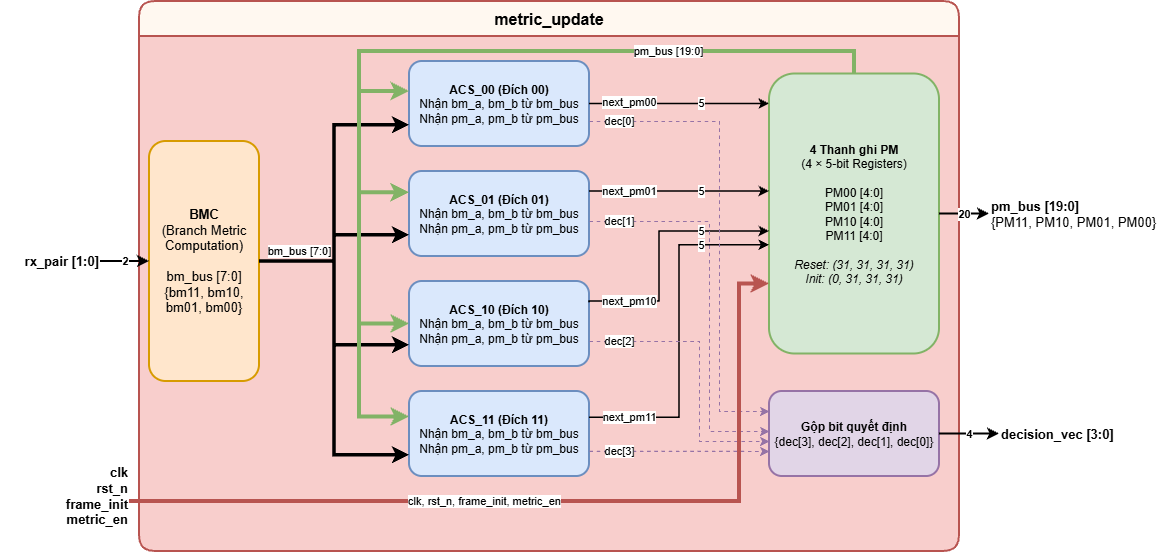
nvh1811/viterbi_decoder keeps this draw.io diagram as docs/figures/Viterbi_decoder-metric_update.drawio.png. Above is the earlier version. Source tidied: cells renumbered, new cells last; positions are measured from the earlier drawing's top-left corner, leaving out a move shared by most shapes.
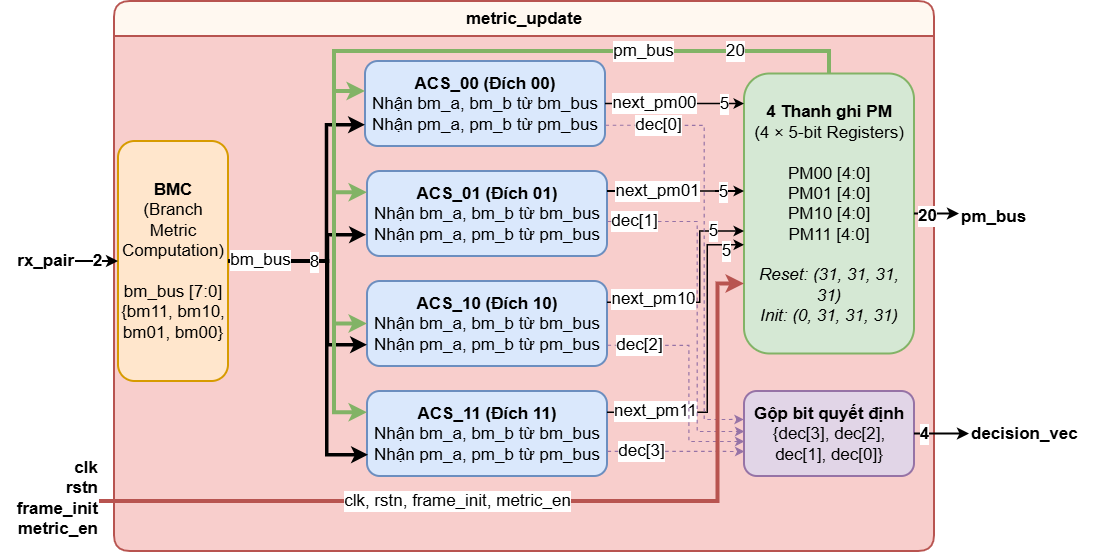
After the change.

The edit, as a diff of the source:
```diff
@@ -4,40 +4,72 @@
     <mxCell id="1" parent="0" />
-    <mxCell id="2" value="metric_update" style="swimlane;whiteSpace=wrap;html=1;fillColor=#FFF8F0;strokeColor=#B85450;strokeWidth=2;fontStyle=1;fontSize=16;startSize=35;rounded=1;gradientColor=none;swimlaneFillColor=#F8CECC;" parent="1" vertex="1">
-      <mxGeometry x="139" width="820" height="550" as="geometry" />
+    <mxCell id="2" value="&lt;font style=&quot;font-size: 17px;&quot;&gt;metric_update&lt;/font&gt;" style="swimlane;whiteSpace=wrap;html=1;fillColor=#FFF8F0;strokeColor=#B85450;strokeWidth=2;fontStyle=1;fontSize=16;startSize=35;rounded=1;gradientColor=none;swimlaneFillColor=#F8CECC;" parent="1" vertex="1">
+      <mxGeometry x="144" width="820" height="550" as="geometry" />
     </mxCell>
-    <mxCell id="3" value="&lt;b&gt;BMC&lt;/b&gt;&lt;br&gt;(Branch Metric&lt;br&gt;Computation)&lt;br&gt;&lt;br&gt;bm_bus [7:0]&lt;br&gt;{bm11, bm10,&lt;br&gt;bm01, bm00}" style="rounded=1;whiteSpace=wrap;html=1;fillColor=#FFE6CC;strokeColor=#D79B00;strokeWidth=2;fontSize=13;" parent="2" vertex="1">
-      <mxGeometry x="10" y="140" width="110" height="240" as="geometry" />
+    <mxCell id="3" value="&lt;b&gt;BMC&lt;/b&gt;&lt;br&gt;(Branch Metric&lt;br&gt;Computation)&lt;br&gt;&lt;br&gt;bm_bus [7:0]&lt;br&gt;{bm11, bm10,&lt;br&gt;bm01, bm00}" style="rounded=1;whiteSpace=wrap;html=1;fillColor=#FFE6CC;strokeColor=#D79B00;strokeWidth=2;fontSize=17;" parent="2" vertex="1">
+      <mxGeometry x="4" y="140" width="110" height="240" as="geometry" />
     </mxCell>
-    <mxCell id="4" value="&lt;b&gt;ACS_00 (Đích 00)&lt;/b&gt;&lt;br&gt;Nhận bm_a, bm_b từ bm_bus&lt;div&gt;Nhận pm_a, pm_b từ pm_bus&lt;/div&gt;" style="rounded=1;whiteSpace=wrap;html=1;fillColor=#DAE8FC;strokeColor=#6C8EBF;strokeWidth=2;fontSize=12;" parent="2" vertex="1">
-      <mxGeometry x="270" y="60" width="180" height="85" as="geometry" />
+    <mxCell id="4" value="&lt;b&gt;ACS_00 (Đích 00)&lt;/b&gt;&lt;br&gt;Nhận bm_a, bm_b từ bm_bus&lt;div&gt;Nhận pm_a, pm_b từ pm_bus&lt;/div&gt;" style="rounded=1;whiteSpace=wrap;html=1;fillColor=#DAE8FC;strokeColor=#6C8EBF;strokeWidth=2;fontSize=17;" parent="2" vertex="1">
+      <mxGeometry x="251" y="60" width="240" height="85" as="geometry" />
     </mxCell>
-    <mxCell id="5" value="&lt;b&gt;ACS_01 (Đích 01)&lt;/b&gt;&lt;br&gt;Nhận bm_a, bm_b từ bm_bus&lt;div&gt;Nhận pm_a, pm_b từ pm_bus&lt;/div&gt;" style="rounded=1;whiteSpace=wrap;html=1;fillColor=#DAE8FC;strokeColor=#6C8EBF;strokeWidth=2;fontSize=12;" parent="2" vertex="1">
-      <mxGeometry x="270" y="170" width="180" height="85" as="geometry" />
+    <mxCell id="5" value="&lt;b&gt;ACS_01 (Đích 01)&lt;/b&gt;&lt;br&gt;Nhận bm_a, bm_b từ bm_bus&lt;div&gt;Nhận pm_a, pm_b từ pm_bus&lt;/div&gt;" style="rounded=1;whiteSpace=wrap;html=1;fillColor=#DAE8FC;strokeColor=#6C8EBF;strokeWidth=2;fontSize=17;" parent="2" vertex="1">
+      <mxGeometry x="253" y="170" width="240" height="85" as="geometry" />
     </mxCell>
-    <mxCell id="6" value="&lt;b&gt;ACS_10 (Đích 10)&lt;/b&gt;&lt;br&gt;Nhận bm_a, bm_b từ bm_bus&lt;div&gt;Nhận pm_a, pm_b từ pm_bus&lt;/div&gt;" style="rounded=1;whiteSpace=wrap;html=1;fillColor=#DAE8FC;strokeColor=#6C8EBF;strokeWidth=2;fontSize=12;" parent="2" vertex="1">
-      <mxGeometry x="270" y="280" width="180" height="85" as="geometry" />
+    <mxCell id="6" value="&lt;b&gt;ACS_10 (Đích 10)&lt;/b&gt;&lt;br&gt;Nhận bm_a, bm_b từ bm_bus&lt;div&gt;Nhận pm_a, pm_b từ pm_bus&lt;/div&gt;" style="rounded=1;whiteSpace=wrap;html=1;fillColor=#DAE8FC;strokeColor=#6C8EBF;strokeWidth=2;fontSize=17;" parent="2" vertex="1">
+      <mxGeometry x="253" y="280" width="240" height="85" as="geometry" />
     </mxCell>
-    <mxCell id="7" value="&lt;b&gt;ACS_11 (Đích 11)&lt;/b&gt;&lt;br&gt;Nhận bm_a, bm_b từ bm_bus&lt;div&gt;Nhận pm_a, pm_b từ pm_bus&lt;/div&gt;" style="rounded=1;whiteSpace=wrap;html=1;fillColor=#DAE8FC;strokeColor=#6C8EBF;strokeWidth=2;fontSize=12;" parent="2" vertex="1">
-      <mxGeometry x="270" y="390" width="180" height="85" as="geometry" />
+    <mxCell id="7" value="&lt;b&gt;ACS_11 (Đích 11)&lt;/b&gt;&lt;br&gt;Nhận bm_a, bm_b từ bm_bus&lt;div&gt;Nhận pm_a, pm_b từ pm_bus&lt;/div&gt;" style="rounded=1;whiteSpace=wrap;html=1;fillColor=#DAE8FC;strokeColor=#6C8EBF;strokeWidth=2;fontSize=17;" parent="2" vertex="1">
+      <mxGeometry x="253" y="390" width="240" height="85" as="geometry" />
     </mxCell>
-    <mxCell id="8" value="&lt;b&gt;4 Thanh ghi PM&lt;/b&gt;&lt;br&gt;(4 × 5-bit Registers)&lt;br&gt;&lt;br&gt;PM00 [4:0]&lt;br&gt;PM01 [4:0]&lt;br&gt;PM10 [4:0]&lt;br&gt;PM11 [4:0]&lt;br&gt;&lt;br&gt;&lt;i&gt;Reset: (31, 31, 31, 31)&lt;br&gt;Init: (0, 31, 31, 31)&lt;/i&gt;" style="rounded=1;whiteSpace=wrap;html=1;fillColor=#D5E8D4;strokeColor=#82B366;strokeWidth=2;fontSize=12;" parent="2" vertex="1">
+    <mxCell id="8" value="&lt;b&gt;4 Thanh ghi PM&lt;/b&gt;&lt;br&gt;(4 × 5-bit Registers)&lt;br&gt;&lt;br&gt;PM00 [4:0]&lt;br&gt;PM01 [4:0]&lt;br&gt;PM10 [4:0]&lt;br&gt;PM11 [4:0]&lt;br&gt;&lt;br&gt;&lt;i&gt;Reset: (31, 31, 31, 31)&lt;br&gt;Init: (0, 31, 31, 31)&lt;/i&gt;" style="rounded=1;whiteSpace=wrap;html=1;fillColor=#D5E8D4;strokeColor=#82B366;strokeWidth=2;fontSize=17;" parent="2" vertex="1">
       <mxGeometry x="630" y="72.5" width="170" height="280" as="geometry" />
     </mxCell>
-    <mxCell id="9" value="&lt;b&gt;Gộp bit quyết định&lt;/b&gt;&lt;br&gt;{dec[3], dec[2], dec[1], dec[0]}" style="rounded=1;whiteSpace=wrap;html=1;fillColor=#E1D5E7;strokeColor=#9673A6;strokeWidth=2;fontSize=12;" parent="2" vertex="1">
+    <mxCell id="9" value="&lt;b&gt;Gộp bit quyết định&lt;/b&gt;&lt;br&gt;{dec[3], dec[2], dec[1], dec[0]}" style="rounded=1;whiteSpace=wrap;html=1;fillColor=#E1D5E7;strokeColor=#9673A6;strokeWidth=2;fontSize=17;" parent="2" vertex="1">
       <mxGeometry x="630" y="390" width="170" height="85" as="geometry" />
     </mxCell>
-    <mxCell id="10" value="bm_bus [7:0]" style="edgeStyle=orthogonalEdgeStyle;rounded=0;html=1;strokeWidth=3.5;entryX=0;entryY=0.75;entryDx=0;entryDy=0;exitX=1;exitY=0.5;exitDx=0;exitDy=0;" parent="2" edge="1" source="3" target="4">
-      <mxGeometry x="-0.72" y="10" relative="1" as="geometry" />
+    <mxCell id="10" style="edgeStyle=orthogonalEdgeStyle;rounded=0;html=1;strokeWidth=3.5;entryX=0;entryY=0.75;entryDx=0;entryDy=0;exitX=1;exitY=0.5;exitDx=0;exitDy=0;fontSize=17;" parent="2" edge="1" source="3" target="4">
+      <mxGeometry x="-0.8" y="-17" relative="1" as="geometry">
+        <Array as="points">
+          <mxPoint x="212.6" y="260" />
+          <mxPoint x="212.6" y="123.8" />
+        </Array>
+      </mxGeometry>
     </mxCell>
-    <mxCell id="11" style="edgeStyle=orthogonalEdgeStyle;rounded=0;html=1;strokeWidth=3.5;entryX=0;entryY=0.75;entryDx=0;entryDy=0;" parent="2" edge="1" source="3" target="5">
-      <mxGeometry x="0.32" relative="1" as="geometry" />
+    <mxCell id="11" style="edgeStyle=orthogonalEdgeStyle;rounded=0;html=1;strokeWidth=3.5;entryX=0;entryY=0.75;entryDx=0;entryDy=0;" parent="2" edge="1">
+      <mxGeometry x="0.32" relative="1" as="geometry">
+        <mxPoint x="119" y="260" as="sourcePoint" />
+        <mxPoint x="252" y="233.8" as="targetPoint" />
+        <Array as="points">
+          <mxPoint x="213.6" y="260" />
+          <mxPoint x="213.6" y="233.8" />
+        </Array>
+      </mxGeometry>
     </mxCell>
     <mxCell id="12" style="edgeStyle=orthogonalEdgeStyle;rounded=0;html=1;strokeWidth=3.5;entryX=0;entryY=0.75;entryDx=0;entryDy=0;" parent="2" edge="1" source="3" target="6">
-      <mxGeometry x="0.16" relative="1" as="geometry" />
+      <mxGeometry x="0.16" relative="1" as="geometry">
+        <Array as="points">
+          <mxPoint x="213.5" y="260" />
+          <mxPoint x="213.5" y="343.8" />
+        </Array>
+      </mxGeometry>
     </mxCell>
-    <mxCell id="13" style="edgeStyle=orthogonalEdgeStyle;rounded=0;html=1;strokeWidth=3.5;entryX=0;entryY=0.75;entryDx=0;entryDy=0;" parent="2" edge="1" source="3" target="7">
-      <mxGeometry x="0.08" relative="1" as="geometry" />
+    <mxCell id="13" style="edgeStyle=orthogonalEdgeStyle;rounded=0;html=1;strokeWidth=3.5;entryX=0;entryY=0.75;entryDx=0;entryDy=0;fontSize=17;" parent="2" edge="1">
+      <mxGeometry x="0.08" relative="1" as="geometry">
+        <mxPoint x="121" y="260" as="sourcePoint" />
+        <mxPoint x="254" y="453.7" as="targetPoint" />
+        <Array as="points">
+          <mxPoint x="212.7" y="260" />
+          <mxPoint x="212.7" y="453.8" />
+        </Array>
+      </mxGeometry>
     </mxCell>
+    <mxCell id="39" value="8" style="edgeLabel;html=1;align=center;verticalAlign=middle;inheritText=1;fontSize=17;" parent="13" vertex="1">
+      <mxGeometry x="-0.54" y="-2" relative="1" as="geometry">
+        <mxPoint x="3" y="-2" as="offset" />
+      </mxGeometry>
+    </mxCell>
+    <mxCell id="40" value="bm_bus" style="edgeLabel;html=1;align=center;verticalAlign=middle;inheritText=1;fontSize=17;" parent="13" vertex="1">
+      <mxGeometry x="-0.86" y="2" relative="1" as="geometry" />
+    </mxCell>
-    <mxCell id="14" value="next_pm00" style="edgeStyle=orthogonalEdgeStyle;rounded=0;html=1;strokeWidth=1.5;" parent="2" edge="1" source="4" target="8">
-      <mxGeometry x="-0.56" y="2" relative="1" as="geometry">
+    <mxCell id="14" value="next_pm00" style="edgeStyle=orthogonalEdgeStyle;rounded=0;html=1;strokeWidth=1.5;fontSize=17;" parent="2" edge="1" source="4" target="8">
+      <mxGeometry x="-0.3" y="1" relative="1" as="geometry">
         <Array as="points">
@@ -48,9 +80,9 @@
     </mxCell>
-    <mxCell id="15" value="5" style="edgeLabel;html=1;align=center;verticalAlign=middle;inheritText=1;" parent="14" vertex="1">
+    <mxCell id="15" value="5" style="edgeLabel;html=1;align=center;verticalAlign=middle;inheritText=fontFamily,fontColor,fontStyle,textOpacity,labelBorderColor,labelBorderWidth,labelBackgroundColor,defaultLabelBackgroundColor,labelPadding;fontSize=17;" parent="14" vertex="1">
       <mxGeometry x="0.12" y="-1" relative="1" as="geometry">
-        <mxPoint x="10" y="-2" as="offset" />
+        <mxPoint x="40" y="-1" as="offset" />
       </mxGeometry>
     </mxCell>
-    <mxCell id="16" value="next_pm01" style="edgeStyle=orthogonalEdgeStyle;rounded=0;html=1;strokeWidth=1.5;" parent="2" edge="1" source="5" target="8">
-      <mxGeometry x="-0.56" relative="1" as="geometry">
+    <mxCell id="16" value="next_pm01" style="edgeStyle=orthogonalEdgeStyle;rounded=0;html=1;strokeWidth=1.5;fontSize=17;" parent="2" edge="1" source="5" target="8">
+      <mxGeometry x="-0.27" relative="1" as="geometry">
         <Array as="points">
@@ -61,13 +93,12 @@
     </mxCell>
-    <mxCell id="17" value="5" style="edgeLabel;html=1;align=center;verticalAlign=middle;inheritText=1;" parent="16" vertex="1">
+    <mxCell id="17" value="5" style="edgeLabel;html=1;align=center;verticalAlign=middle;inheritText=1;fontSize=17;" parent="16" vertex="1">
       <mxGeometry x="0.29" relative="1" as="geometry">
-        <mxPoint x="-5" y="-1" as="offset" />
+        <mxPoint x="27" as="offset" />
       </mxGeometry>
     </mxCell>
-    <mxCell id="18" value="next_pm10" style="edgeStyle=orthogonalEdgeStyle;rounded=0;html=1;strokeWidth=1.5;exitX=1;exitY=0.25;exitDx=0;exitDy=0;" parent="2" edge="1" source="6" target="8">
-      <mxGeometry x="-0.67" relative="1" as="geometry">
+    <mxCell id="18" value="next_pm10" style="edgeStyle=orthogonalEdgeStyle;rounded=0;html=1;strokeWidth=1.5;exitX=1;exitY=0.25;exitDx=0;exitDy=0;fontSize=17;" parent="2" edge="1" source="6" target="8">
+      <mxGeometry x="-0.56" y="3" relative="1" as="geometry">
         <Array as="points">
-          <mxPoint x="450" y="300" />
-          <mxPoint x="520" y="300" />
-          <mxPoint x="520" y="230" />
+          <mxPoint x="585.8" y="301.3" />
+          <mxPoint x="585.8" y="230" />
         </Array>
@@ -75,14 +106,13 @@
     </mxCell>
-    <mxCell id="19" value="5" style="edgeLabel;html=1;align=center;verticalAlign=middle;inheritText=1;" parent="18" vertex="1">
-      <mxGeometry x="0.42" relative="1" as="geometry">
-        <mxPoint x="5" y="-1" as="offset" />
+    <mxCell id="19" value="5" style="edgeLabel;html=1;align=center;verticalAlign=middle;inheritText=1;fontSize=17;" parent="18" vertex="1">
+      <mxGeometry x="0.18" relative="1" as="geometry">
+        <mxPoint x="13" y="-42" as="offset" />
       </mxGeometry>
     </mxCell>
-    <mxCell id="20" value="next_pm11" style="edgeStyle=orthogonalEdgeStyle;rounded=0;html=1;strokeWidth=1.5;" parent="2" edge="1">
-      <mxGeometry x="-0.77" relative="1" as="geometry">
-        <mxPoint x="450" y="416.2" as="sourcePoint" />
+    <mxCell id="20" value="next_pm11" style="edgeStyle=orthogonalEdgeStyle;rounded=0;html=1;strokeWidth=1.5;exitX=1;exitY=0.25;exitDx=0;exitDy=0;fontSize=17;" parent="2" edge="1" source="7">
+      <mxGeometry x="-0.68" y="1" relative="1" as="geometry">
         <mxPoint x="630" y="243.8" as="targetPoint" />
         <Array as="points">
-          <mxPoint x="540" y="416.3" />
-          <mxPoint x="540" y="243.8" />
+          <mxPoint x="593.3" y="411.3" />
+          <mxPoint x="593.3" y="243.8" />
         </Array>
@@ -90,15 +120,12 @@
     </mxCell>
-    <mxCell id="21" value="5" style="edgeLabel;html=1;align=center;verticalAlign=middle;inheritText=1;" parent="20" vertex="1">
+    <mxCell id="21" value="5" style="edgeLabel;html=1;align=center;verticalAlign=middle;inheritText=1;fontSize=17;" parent="20" vertex="1">
       <mxGeometry x="0.55" y="-1" relative="1" as="geometry">
-        <mxPoint x="11" y="-1" as="offset" />
+        <mxPoint x="17" y="-25" as="offset" />
       </mxGeometry>
     </mxCell>
-    <mxCell id="22" value="dec[0]" style="edgeStyle=orthogonalEdgeStyle;rounded=0;html=1;strokeColor=#9673A6;strokeWidth=1.2;dashed=1;" parent="2" edge="1">
-      <mxGeometry x="-0.87" relative="1" as="geometry">
-        <mxPoint x="450" y="120" as="sourcePoint" />
-        <mxPoint x="630" y="410" as="targetPoint" />
+    <mxCell id="22" value="dec[0]" style="edgeStyle=orthogonalEdgeStyle;rounded=0;html=1;strokeColor=#9673A6;strokeWidth=1.2;dashed=1;exitX=1;exitY=0.75;exitDx=0;exitDy=0;fontSize=17;entryX=-0.004;entryY=0.329;entryDx=0;entryDy=0;entryPerimeter=0;" parent="2" edge="1" source="4" target="9">
+      <mxGeometry x="-0.75" relative="1" as="geometry">
         <Array as="points">
-          <mxPoint x="580" y="120" />
-          <mxPoint x="580" y="410" />
-          <mxPoint x="630" y="410" />
+          <mxPoint x="589.7" y="123.8" />
+          <mxPoint x="589.7" y="418" />
         </Array>
@@ -106,7 +133,7 @@
     </mxCell>
-    <mxCell id="23" value="dec[1]" style="edgeStyle=orthogonalEdgeStyle;rounded=0;html=1;strokeColor=#9673A6;strokeWidth=1.2;dashed=1;" parent="2" edge="1" source="5" target="9">
-      <mxGeometry x="-0.85" relative="1" as="geometry">
+    <mxCell id="23" value="dec[1]" style="edgeStyle=orthogonalEdgeStyle;rounded=0;html=1;strokeColor=#9673A6;strokeWidth=1.2;dashed=1;fontSize=17;" parent="2" edge="1" source="5" target="9">
+      <mxGeometry x="-0.84" relative="1" as="geometry">
         <Array as="points">
-          <mxPoint x="570" y="220" />
-          <mxPoint x="570" y="430" />
+          <mxPoint x="582.7" y="220" />
+          <mxPoint x="582.7" y="430" />
         </Array>
@@ -114,4 +141,4 @@
     </mxCell>
-    <mxCell id="24" value="dec[3]" style="edgeStyle=orthogonalEdgeStyle;rounded=0;html=1;strokeColor=#9673A6;strokeWidth=1.2;dashed=1;exitX=1;exitY=0.705;exitDx=0;exitDy=0;exitPerimeter=0;" parent="2" edge="1" source="7">
-      <mxGeometry x="-0.67" relative="1" as="geometry">
+    <mxCell id="24" value="dec[3]" style="edgeStyle=orthogonalEdgeStyle;rounded=0;html=1;strokeColor=#9673A6;strokeWidth=1.2;dashed=1;exitX=1;exitY=0.705;exitDx=0;exitDy=0;exitPerimeter=0;fontSize=17;" parent="2" edge="1" source="7">
+      <mxGeometry x="-0.5" relative="1" as="geometry">
         <mxPoint x="630" y="450" as="targetPoint" />
@@ -146,5 +173,4 @@
     </mxCell>
-    <mxCell id="28" style="edgeStyle=orthogonalEdgeStyle;rounded=0;html=1;strokeWidth=4;strokeColor=#82B366;exitX=0.5;exitY=0;exitDx=0;exitDy=0;entryX=0;entryY=0.25;entryDx=0;entryDy=0;" parent="2" edge="1" source="8">
-      <mxGeometry x="-0.65" relative="1" as="geometry">
-        <mxPoint x="270" y="415.5" as="targetPoint" />
+    <mxCell id="28" style="edgeStyle=orthogonalEdgeStyle;rounded=0;html=1;strokeWidth=4;strokeColor=#82B366;exitX=0.5;exitY=0;exitDx=0;exitDy=0;entryX=0;entryY=0.25;entryDx=0;entryDy=0;" parent="2" edge="1" source="8" target="7">
+      <mxGeometry x="-0.64" relative="1" as="geometry">
         <Array as="points">
@@ -152,3 +178,3 @@
           <mxPoint x="220" y="50" />
-          <mxPoint x="220" y="415.5" />
+          <mxPoint x="220" y="411.3" />
         </Array>
@@ -156,11 +182,13 @@
     </mxCell>
-    <mxCell id="29" value="pm_bus [19:0]" style="edgeLabel;html=1;align=center;verticalAlign=middle;inheritText=1;" parent="28" vertex="1">
-      <mxGeometry x="-0.55" y="-1" relative="1" as="geometry" />
+    <mxCell id="29" value="pm_bus" style="edgeLabel;html=1;align=center;verticalAlign=middle;inheritText=fontFamily,fontColor,fontStyle,textOpacity,labelBorderColor,labelBorderWidth,labelBackgroundColor,defaultLabelBackgroundColor,labelPadding;fontSize=17;" parent="28" vertex="1">
+      <mxGeometry x="-0.54" y="-1" relative="1" as="geometry" />
     </mxCell>
+    <mxCell id="41" value="20" style="edgeLabel;html=1;align=center;verticalAlign=middle;inheritText=fontFamily,fontColor,fontStyle,textOpacity,labelBorderColor,labelBorderWidth,labelBackgroundColor,defaultLabelBackgroundColor,labelPadding;fontSize=17;" parent="28" vertex="1">
+      <mxGeometry x="-0.74" y="-1" relative="1" as="geometry" />
+    </mxCell>
-    <mxCell id="30" value="dec[2]" style="edgeStyle=orthogonalEdgeStyle;rounded=0;html=1;strokeColor=#9673A6;strokeWidth=1.2;dashed=1;entryX=0;entryY=0.588;entryDx=0;entryDy=0;entryPerimeter=0;" parent="2" edge="1" target="9">
-      <mxGeometry x="-0.79" relative="1" as="geometry">
-        <mxPoint x="450" y="340" as="sourcePoint" />
+    <mxCell id="30" value="dec[2]" style="edgeStyle=orthogonalEdgeStyle;rounded=0;html=1;strokeColor=#9673A6;strokeWidth=1.2;dashed=1;entryX=0;entryY=0.588;entryDx=0;entryDy=0;entryPerimeter=0;exitX=1;exitY=0.75;exitDx=0;exitDy=0;fontSize=17;" parent="2" edge="1" source="6" target="9">
+      <mxGeometry x="-0.73" relative="1" as="geometry">
         <Array as="points">
-          <mxPoint x="560" y="340" />
-          <mxPoint x="560" y="440" />
+          <mxPoint x="574.4" y="343.8" />
+          <mxPoint x="574.4" y="440" />
         </Array>
@@ -168,28 +196,34 @@
     </mxCell>
-    <mxCell id="31" value="&lt;b&gt;rx_pair [1:0]&lt;/b&gt;" style="text;html=1;align=right;verticalAlign=middle;points=[];fontSize=13;" parent="1" vertex="1">
-      <mxGeometry y="245" width="100" height="30" as="geometry" />
+    <mxCell id="31" value="&lt;b&gt;rx_pair&lt;/b&gt;" style="text;html=1;align=right;verticalAlign=middle;points=[];fontSize=17;" parent="1" vertex="1">
+      <mxGeometry x="30" y="244" width="75" height="32" as="geometry" />
     </mxCell>
-    <mxCell id="32" value="&lt;b&gt;pm_bus [19:0]&lt;/b&gt;&lt;br&gt;{PM11, PM10, PM01, PM00}" style="text;html=1;align=left;verticalAlign=middle;points=[];fontSize=13;" parent="1" vertex="1">
-      <mxGeometry x="989" y="192.5" width="180" height="40" as="geometry" />
+    <mxCell id="32" value="&lt;b&gt;pm_bus&lt;/b&gt;" style="text;html=1;align=left;verticalAlign=middle;points=[];fontSize=17;" parent="1" vertex="1">
+      <mxGeometry x="989" y="199.5" width="83" height="32" as="geometry" />
     </mxCell>
-    <mxCell id="33" value="&lt;b&gt;decision_vec [3:0]&lt;/b&gt;" style="text;html=1;align=left;verticalAlign=middle;points=[];fontSize=13;" parent="1" vertex="1">
-      <mxGeometry x="999" y="417.5" width="140" height="30" as="geometry" />
+    <mxCell id="33" value="&lt;b&gt;decision_vec&lt;/b&gt;" style="text;html=1;align=left;verticalAlign=middle;points=[];fontSize=17;" parent="1" vertex="1">
+      <mxGeometry x="999" y="416.5" width="125" height="32" as="geometry" />
     </mxCell>
-    <mxCell id="34" value="2" style="edgeStyle=orthogonalEdgeStyle;rounded=0;jettySize=auto;html=1;strokeWidth=2;fontStyle=1;" parent="1" edge="1" source="31" target="3">
+    <mxCell id="34" value="2" style="edgeStyle=orthogonalEdgeStyle;rounded=0;jettySize=auto;html=1;strokeWidth=2;fontStyle=1;fontSize=17;" parent="1" edge="1" source="31" target="3">
       <mxGeometry relative="1" as="geometry" />
     </mxCell>
-    <mxCell id="35" value="20" style="edgeStyle=orthogonalEdgeStyle;rounded=0;html=1;strokeWidth=2;fontStyle=1;" parent="1" edge="1" source="8" target="32">
-      <mxGeometry relative="1" as="geometry" />
+    <mxCell id="35" value="20" style="edgeStyle=orthogonalEdgeStyle;rounded=0;html=1;strokeWidth=2;fontStyle=1;fontSize=17;" parent="1" edge="1" source="8" target="32">
+      <mxGeometry x="-0.44" y="-1" relative="1" as="geometry">
+        <Array as="points">
+          <mxPoint x="975" y="212.5" />
+          <mxPoint x="975" y="212.5" />
+        </Array>
+        <mxPoint y="1" as="offset" />
+      </mxGeometry>
     </mxCell>
-    <mxCell id="36" value="4" style="edgeStyle=orthogonalEdgeStyle;rounded=0;html=1;strokeWidth=2;fontStyle=1;" parent="1" edge="1" source="9" target="33">
-      <mxGeometry relative="1" as="geometry" />
+    <mxCell id="36" value="4" style="edgeStyle=orthogonalEdgeStyle;rounded=0;html=1;strokeWidth=2;fontStyle=1;fontSize=17;" parent="1" edge="1" source="9" target="33">
+      <mxGeometry x="-0.62" relative="1" as="geometry" />
     </mxCell>
-    <mxCell id="37" value="&lt;b&gt;clk&lt;br&gt;rst_n&lt;br&gt;frame_init&lt;br&gt;metric_en&lt;/b&gt;" style="text;html=1;align=right;verticalAlign=middle;points=[];fontSize=13;" parent="1" vertex="1">
-      <mxGeometry x="39" y="460" width="90" height="70" as="geometry" />
+    <mxCell id="37" value="&lt;b&gt;clk&lt;br&gt;rstn&lt;br&gt;frame_init&lt;br&gt;metric_en&lt;/b&gt;" style="text;html=1;align=right;verticalAlign=middle;points=[];fontSize=17;" parent="1" vertex="1">
+      <mxGeometry x="30" y="450" width="99" height="94" as="geometry" />
     </mxCell>
-    <mxCell id="38" value="clk, rst_n, frame_init, metric_en" style="edgeStyle=orthogonalEdgeStyle;rounded=0;html=1;strokeWidth=4;strokeColor=#B85450;entryX=0;entryY=0.75;entryDx=0;entryDy=0;" parent="1" edge="1" source="37" target="8">
+    <mxCell id="38" value="clk, rstn, frame_init, metric_en" style="edgeStyle=orthogonalEdgeStyle;rounded=0;html=1;strokeWidth=4;strokeColor=#B85450;entryX=0;entryY=0.75;entryDx=0;entryDy=0;fontSize=17;" parent="1" edge="1" source="37" target="8">
       <mxGeometry x="-0.17" relative="1" as="geometry">
         <Array as="points">
-          <mxPoint x="739" y="500" />
-          <mxPoint x="739" y="282.5" />
+          <mxPoint x="747.6" y="500" />
+          <mxPoint x="747.6" y="282.5" />
         </Array>
```
